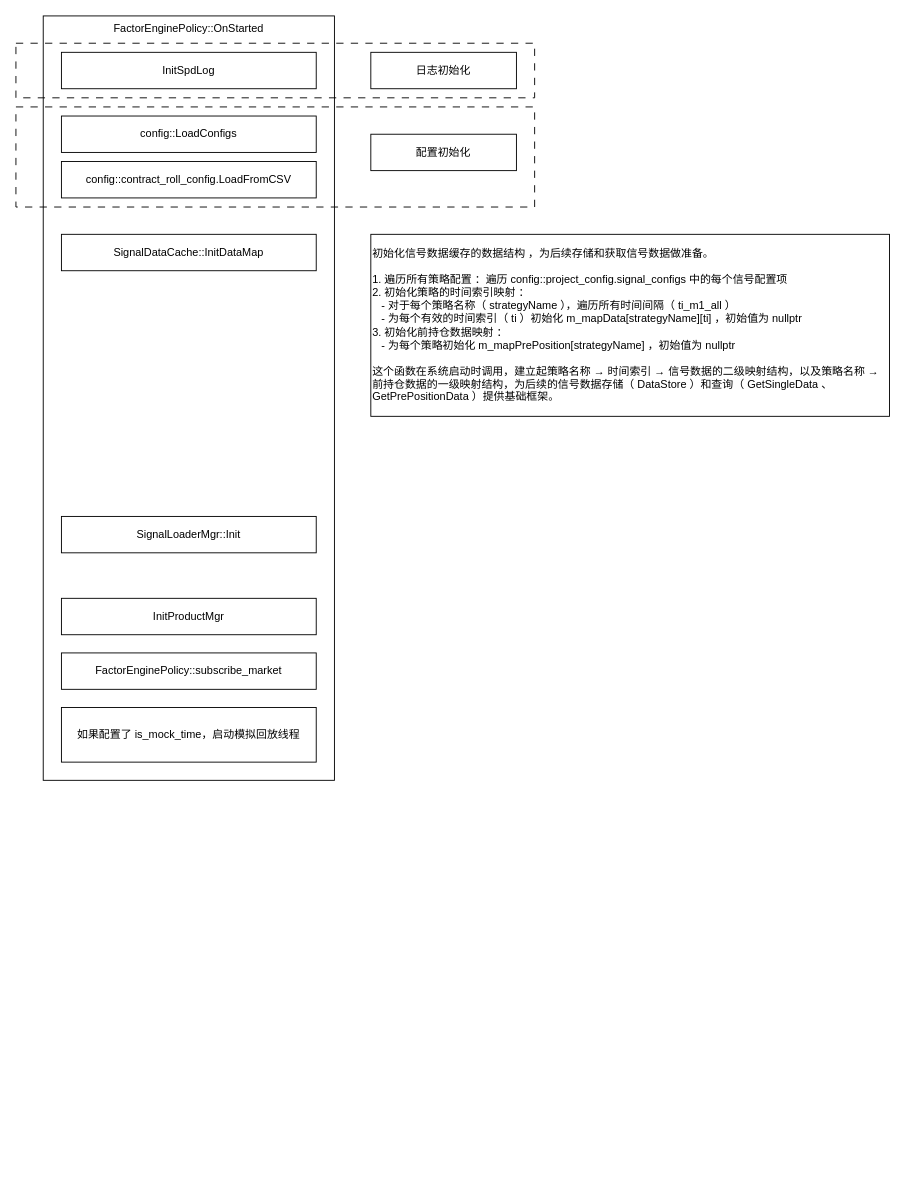
Above: capella-signal-code.drawio in zhaxd123/drawio (draw.io), before the change. Source tidied: cells renumbered, new cells numbered last; positions are measured from the earlier drawing's top-left corner, leaving out a move shared by most shapes. Both pictures are drawn from the tidied source at 91%, with x=0, y=0 at pixel (15, 15).
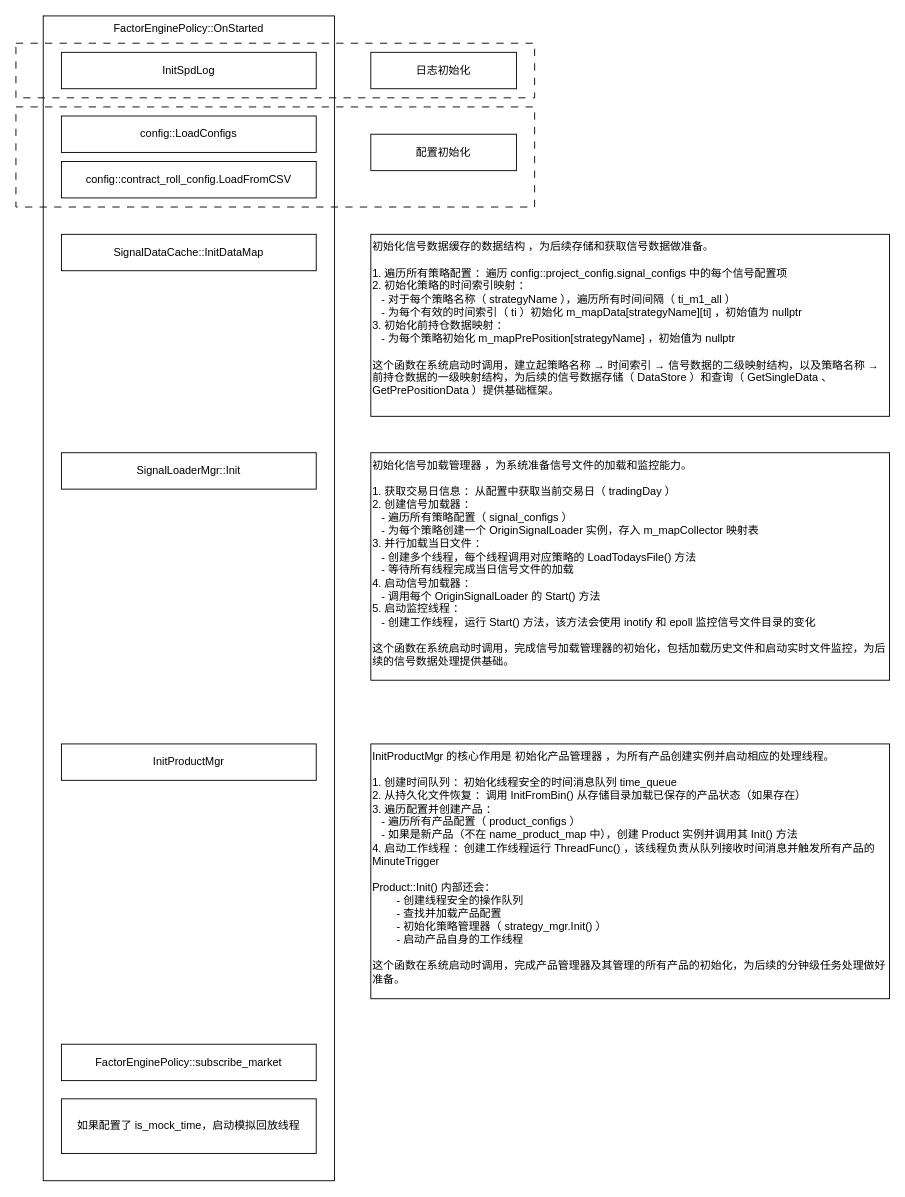
The same page after the edit.

What changed in the source:
```diff
@@
 <mxGraphModel>
   <root>
     <mxCell id="0" />
     <mxCell id="1" parent="0" />
     <mxCell id="2" value="FactorEnginePolicy::OnStarted" style="rounded=0;whiteSpace=wrap;html=1;verticalAlign=top;" parent="1" vertex="1">
-      <mxGeometry x="30" width="320" height="840" as="geometry" />
+      <mxGeometry x="30" width="320" height="1280" as="geometry" />
     </mxCell>
     <mxCell id="3" value="InitSpdLog" style="rounded=0;whiteSpace=wrap;html=1;" parent="1" vertex="1">
       <mxGeometry x="50" y="40" width="280" height="40" as="geometry" />
     </mxCell>
     <mxCell id="4" value="config::LoadConfigs" style="rounded=0;whiteSpace=wrap;html=1;" parent="1" vertex="1">
       <mxGeometry x="50" y="110" width="280" height="40" as="geometry" />
     </mxCell>
     <mxCell id="5" value="config::contract_roll_config.LoadFromCSV" style="rounded=0;whiteSpace=wrap;html=1;" parent="1" vertex="1">
       <mxGeometry x="50" y="160" width="280" height="40" as="geometry" />
     </mxCell>
     <mxCell id="6" value="InitProductMgr" style="rounded=0;whiteSpace=wrap;html=1;" parent="1" vertex="1">
-      <mxGeometry x="50" y="640" width="280" height="40" as="geometry" />
+      <mxGeometry x="50" y="800" width="280" height="40" as="geometry" />
     </mxCell>
     <mxCell id="7" value="FactorEnginePolicy::subscribe_market" style="rounded=0;whiteSpace=wrap;html=1;" parent="1" vertex="1">
-      <mxGeometry x="50" y="700" width="280" height="40" as="geometry" />
+      <mxGeometry x="50" y="1130" width="280" height="40" as="geometry" />
     </mxCell>
     <mxCell id="8" value="如果配置了&amp;nbsp;is_mock_time，启动模拟回放线程" style="rounded=0;whiteSpace=wrap;html=1;" parent="1" vertex="1">
-      <mxGeometry x="50" y="760" width="280" height="60" as="geometry" />
+      <mxGeometry x="50" y="1190" width="280" height="60" as="geometry" />
     </mxCell>
     <mxCell id="9" value="日志初始化" style="rounded=0;whiteSpace=wrap;html=1;" parent="1" vertex="1">
       <mxGeometry x="390" y="40" width="160" height="40" as="geometry" />
     </mxCell>
     <mxCell id="10" style="rounded=0;whiteSpace=wrap;html=1;fillColor=none;dashed=1;dashPattern=8 8;" parent="1" vertex="1">
       <mxGeometry y="100" width="570" height="110" as="geometry" />
     </mxCell>
     <mxCell id="11" style="rounded=0;whiteSpace=wrap;html=1;fillColor=none;dashed=1;dashPattern=8 8;" parent="1" vertex="1">
       <mxGeometry y="30" width="570" height="60" as="geometry" />
     </mxCell>
     <mxCell id="12" value="配置初始化" style="rounded=0;whiteSpace=wrap;html=1;" parent="1" vertex="1">
       <mxGeometry x="390" y="130" width="160" height="40" as="geometry" />
     </mxCell>
     <mxCell id="13" value="SignalDataCache::InitDataMap" style="rounded=0;whiteSpace=wrap;html=1;" parent="1" vertex="1">
       <mxGeometry x="50" y="240" width="280" height="40" as="geometry" />
     </mxCell>
     <mxCell id="14" value="SignalLoaderMgr::Init" style="rounded=0;whiteSpace=wrap;html=1;" parent="1" vertex="1">
-      <mxGeometry x="50" y="550" width="280" height="40" as="geometry" />
+      <mxGeometry x="50" y="480" width="280" height="40" as="geometry" />
     </mxCell>
-    <mxCell id="15" value="&lt;div&gt;初始化信号数据缓存的数据结构 ，为后续存储和获取信号数据做准备。&lt;/div&gt;&lt;div&gt;&lt;br&gt;&lt;/div&gt;&lt;div&gt;1. 遍历所有策略配置 ：遍历 config::project_config.signal_configs 中的每个信号配置项&lt;/div&gt;&lt;div&gt;2. 初始化策略的时间索引映射 ：&lt;/div&gt;&lt;div&gt;&amp;nbsp; &amp;nbsp;- 对于每个策略名称（ strategyName ），遍历所有时间间隔（ ti_m1_all ）&lt;/div&gt;&lt;div&gt;&amp;nbsp; &amp;nbsp;- 为每个有效的时间索引（ ti ）初始化 m_mapData[strategyName][ti] ，初始值为 nullptr&lt;/div&gt;&lt;div&gt;3. 初始化前持仓数据映射 ：&lt;/div&gt;&lt;div&gt;&amp;nbsp; &amp;nbsp;- 为每个策略初始化 m_mapPrePosition[strategyName] ，初始值为 nullptr&lt;/div&gt;&lt;div&gt;&lt;br&gt;&lt;/div&gt;&lt;div&gt;这个函数在系统启动时调用，建立起策略名称 → 时间索引 → 信号数据的二级映射结构，以及策略名称 → 前持仓数据的一级映射结构，为后续的信号数据存储（ DataStore ）和查询（ GetSingleData 、 GetPrePositionData ）提供基础框架。&lt;/div&gt;" style="rounded=0;whiteSpace=wrap;html=1;align=left;" parent="1" vertex="1">
+    <mxCell id="15" value="&lt;div&gt;初始化信号数据缓存的数据结构 ，为后续存储和获取信号数据做准备。&lt;/div&gt;&lt;div&gt;&lt;br&gt;&lt;/div&gt;&lt;div&gt;1. 遍历所有策略配置 ：遍历 config::project_config.signal_configs 中的每个信号配置项&lt;/div&gt;&lt;div&gt;2. 初始化策略的时间索引映射 ：&lt;/div&gt;&lt;div&gt;&amp;nbsp; &amp;nbsp;- 对于每个策略名称（ strategyName ），遍历所有时间间隔（ ti_m1_all ）&lt;/div&gt;&lt;div&gt;&amp;nbsp; &amp;nbsp;- 为每个有效的时间索引（ ti ）初始化 m_mapData[strategyName][ti] ，初始值为 nullptr&lt;/div&gt;&lt;div&gt;3. 初始化前持仓数据映射 ：&lt;/div&gt;&lt;div&gt;&amp;nbsp; &amp;nbsp;- 为每个策略初始化 m_mapPrePosition[strategyName] ，初始值为 nullptr&lt;/div&gt;&lt;div&gt;&lt;br&gt;&lt;/div&gt;&lt;div&gt;这个函数在系统启动时调用，建立起策略名称 → 时间索引 → 信号数据的二级映射结构，以及策略名称 → 前持仓数据的一级映射结构，为后续的信号数据存储（ DataStore ）和查询（ GetSingleData 、 GetPrePositionData ）提供基础框架。&lt;/div&gt;" style="rounded=0;whiteSpace=wrap;html=1;align=left;verticalAlign=top;" parent="1" vertex="1">
       <mxGeometry x="390" y="240" width="570" height="200" as="geometry" />
     </mxCell>
+    <mxCell id="16" value="&lt;div&gt;初始化信号加载管理器 ，为系统准备信号文件的加载和监控能力。&lt;/div&gt;&lt;div&gt;&lt;br&gt;&lt;/div&gt;&lt;div&gt;1. 获取交易日信息 ：从配置中获取当前交易日（ tradingDay ）&lt;/div&gt;&lt;div&gt;2. 创建信号加载器 ：&lt;/div&gt;&lt;div&gt;&amp;nbsp; &amp;nbsp;- 遍历所有策略配置（ signal_configs ）&lt;/div&gt;&lt;div&gt;&amp;nbsp; &amp;nbsp;- 为每个策略创建一个 OriginSignalLoader 实例，存入 m_mapCollector 映射表&lt;/div&gt;&lt;div&gt;3. 并行加载当日文件 ：&lt;/div&gt;&lt;div&gt;&amp;nbsp; &amp;nbsp;- 创建多个线程，每个线程调用对应策略的 LoadTodaysFile() 方法&lt;/div&gt;&lt;div&gt;&amp;nbsp; &amp;nbsp;- 等待所有线程完成当日信号文件的加载&lt;/div&gt;&lt;div&gt;4. 启动信号加载器 ：&lt;/div&gt;&lt;div&gt;&amp;nbsp; &amp;nbsp;- 调用每个 OriginSignalLoader 的 Start() 方法&lt;/div&gt;&lt;div&gt;5. 启动监控线程 ：&lt;/div&gt;&lt;div&gt;&amp;nbsp; &amp;nbsp;- 创建工作线程，运行 Start() 方法，该方法会使用 inotify 和 epoll 监控信号文件目录的变化&lt;/div&gt;&lt;div&gt;&amp;nbsp; &amp;nbsp;&lt;/div&gt;&lt;div&gt;这个函数在系统启动时调用，完成信号加载管理器的初始化，包括加载历史文件和启动实时文件监控，为后续的信号数据处理提供基础。&lt;/div&gt;" style="rounded=0;whiteSpace=wrap;html=1;align=left;verticalAlign=top;" parent="1" vertex="1">
+      <mxGeometry x="390" y="480" width="570" height="250" as="geometry" />
+    </mxCell>
+    <mxCell id="17" value="&lt;div&gt;InitProductMgr 的核心作用是 初始化产品管理器 ，为所有产品创建实例并启动相应的处理线程。&lt;/div&gt;&lt;div&gt;&lt;br&gt;&lt;/div&gt;&lt;div&gt;1. 创建时间队列 ：初始化线程安全的时间消息队列 time_queue&lt;/div&gt;&lt;div&gt;2. 从持久化文件恢复 ：调用 InitFromBin() 从存储目录加载已保存的产品状态（如果存在）&lt;/div&gt;&lt;div&gt;3. 遍历配置并创建产品 ：&lt;/div&gt;&lt;div&gt;&amp;nbsp; &amp;nbsp;- 遍历所有产品配置（ product_configs ）&lt;/div&gt;&lt;div&gt;&amp;nbsp; &amp;nbsp;- 如果是新产品（不在 name_product_map 中），创建 Product 实例并调用其 Init() 方法&lt;/div&gt;&lt;div&gt;4. 启动工作线程 ：创建工作线程运行 ThreadFunc() ，该线程负责从队列接收时间消息并触发所有产品的 MinuteTrigger&lt;/div&gt;&lt;div&gt;&lt;br&gt;&lt;/div&gt;&lt;div&gt;Product::Init() 内部还会：&lt;/div&gt;&lt;div&gt;&lt;span style=&quot;white-space: normal;&quot;&gt;&lt;span style=&quot;white-space:pre&quot;&gt;&#9;&lt;/span&gt;- 创建线程安全的操作队列&lt;/span&gt;&lt;/div&gt;&lt;div&gt;&lt;span style=&quot;white-space: normal;&quot;&gt;&lt;span style=&quot;white-space:pre&quot;&gt;&#9;&lt;/span&gt;- 查找并加载产品配置&lt;/span&gt;&lt;/div&gt;&lt;div&gt;&lt;span style=&quot;white-space: normal;&quot;&gt;&lt;span style=&quot;white-space:pre&quot;&gt;&#9;&lt;/span&gt;- 初始化策略管理器（ strategy_mgr.Init() ）&lt;/span&gt;&lt;/div&gt;&lt;div&gt;&lt;span style=&quot;white-space: normal;&quot;&gt;&lt;span style=&quot;white-space:pre&quot;&gt;&#9;&lt;/span&gt;- 启动产品自身的工作线程&lt;/span&gt;&lt;/div&gt;&lt;div&gt;&lt;br&gt;&lt;/div&gt;&lt;div&gt;这个函数在系统启动时调用，完成产品管理器及其管理的所有产品的初始化，为后续的分钟级任务处理做好准备。&lt;/div&gt;" style="rounded=0;whiteSpace=wrap;html=1;align=left;verticalAlign=top;" parent="1" vertex="1">
+      <mxGeometry x="390" y="800" width="570" height="280" as="geometry" />
+    </mxCell>
   </root>
 </mxGraphModel>
```
